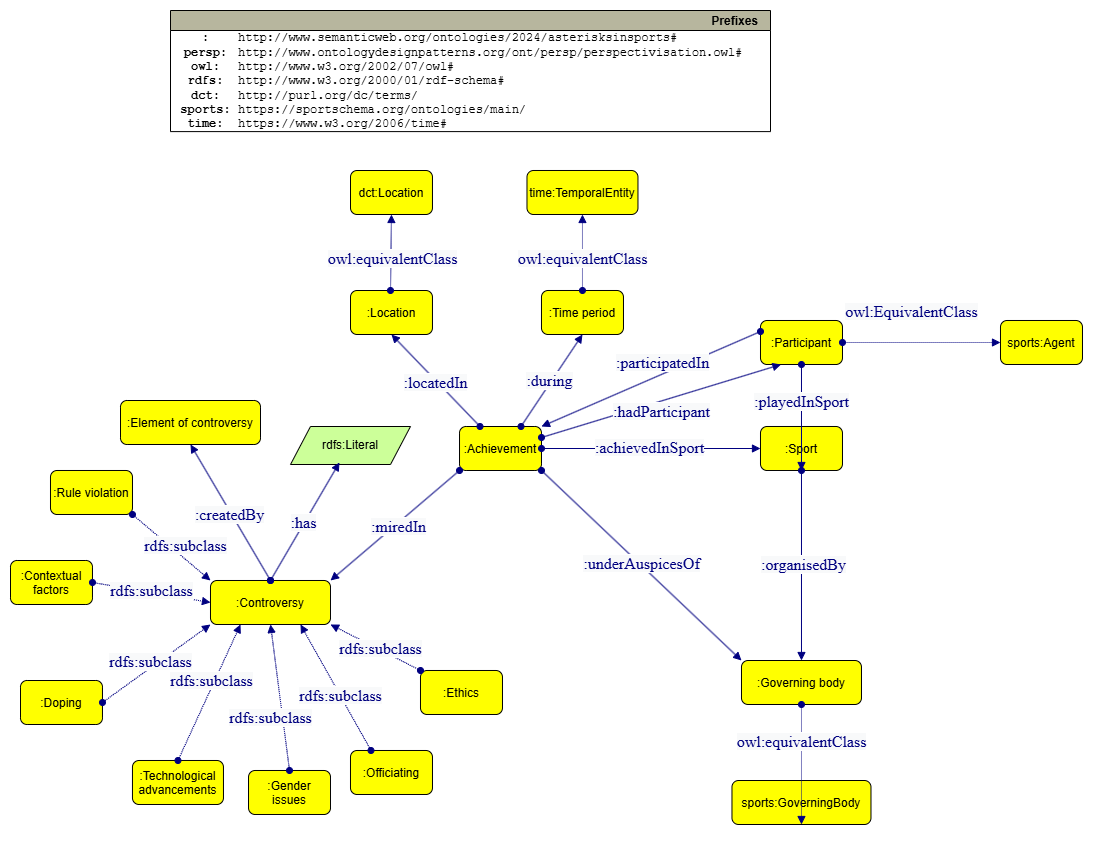
The draw.io diagram img/ontologydiagram1.drawio.png in krzywonos/asterisks-in-sports, before a commit. Source tidied: cells renumbered, new cells last; positions are measured from the earlier drawing's top-left corner, leaving out a move shared by most shapes.
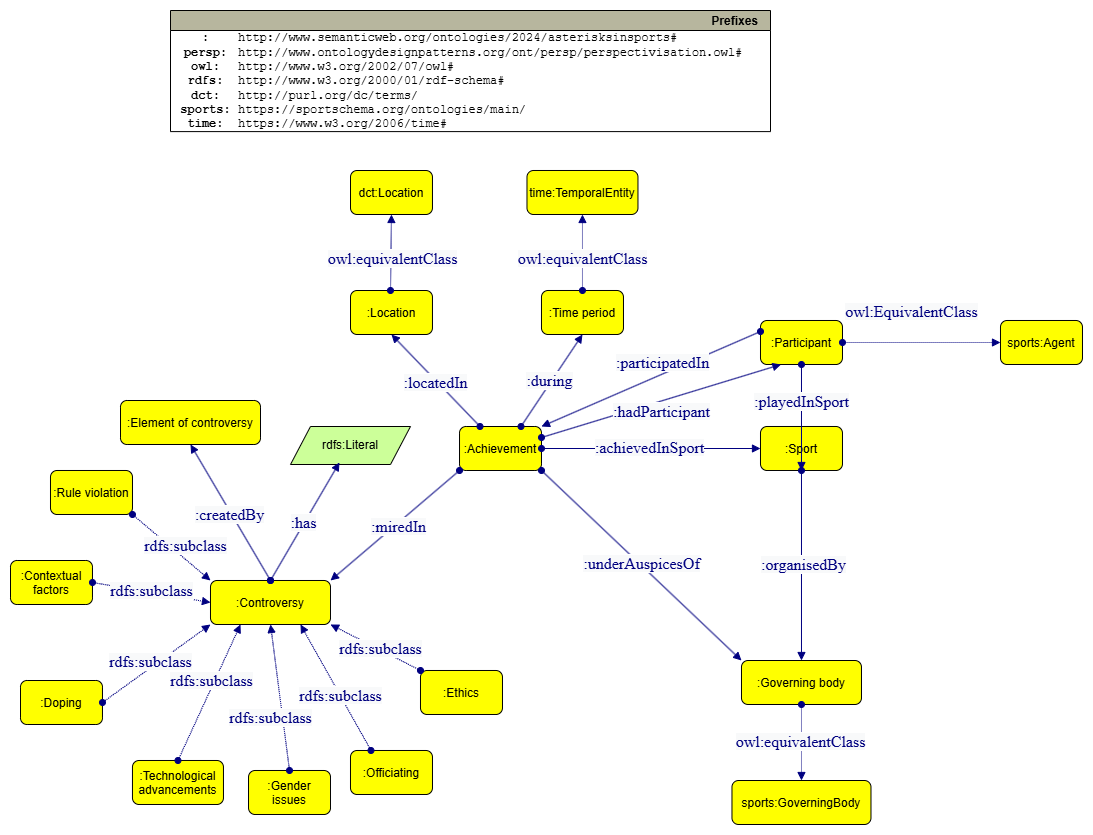
The same diagram one commit later.

Commit message:
updated index.html with Rubens remarks + minor updates to diagrams

Diff of the diagram source:
```diff
@@ -90,12 +90,12 @@
     <mxCell id="29" value="&lt;span style=&quot;color: rgb(0 , 0 , 128) ; font-family: &amp;#34;dialog&amp;#34; ; font-size: 16px ; background-color: rgb(248 , 249 , 250)&quot;&gt;:achievedInSport&lt;/span&gt;" style="text;html=1;align=center;verticalAlign=middle;labelBackgroundColor=#ffffff;" parent="28" vertex="1">
       <mxGeometry x="-0.02" y="2" relative="1" as="geometry" />
     </mxCell>
-    <mxCell id="30" style="graphMlID=e5;rounded=0;endArrow=block;strokeColor=#000080;dashed=1;dashPattern=1 1;strokeWidth=1.0;startArrow=oval;startFill=1;endFill=1;entryX=0.5;entryY=1;entryDx=0;entryDy=0;" parent="1" edge="1" source="11" target="16">
+    <mxCell id="30" style="graphMlID=e5;rounded=0;endArrow=block;strokeColor=#000080;dashed=1;dashPattern=1 1;strokeWidth=1.0;startArrow=oval;startFill=1;endFill=1;entryX=0.5;entryY=0;entryDx=0;entryDy=0;" parent="1" edge="1" source="11" target="16">
       <mxGeometry relative="1" as="geometry" />
     </mxCell>
     <mxCell id="31" value="&lt;span style=&quot;color: rgb(0 , 0 , 128) ; font-family: &amp;#34;dialog&amp;#34; ; font-size: 16px ; background-color: rgb(248 , 249 , 250)&quot;&gt;owl:equivalentClass&lt;/span&gt;" style="text;html=1;align=center;verticalAlign=middle;labelBackgroundColor=#ffffff;" parent="30" vertex="1">
       <mxGeometry x="-0.14" y="-3" relative="1" as="geometry">
-        <mxPoint x="3" y="-16" as="offset" />
+        <mxPoint x="2" y="3" as="offset" />
       </mxGeometry>
     </mxCell>
     <mxCell id="32" style="graphMlID=e0;rounded=0;endArrow=block;strokeColor=#000080;strokeWidth=1.0;startArrow=oval;startFill=1;endFill=1;entryX=0.5;entryY=0;entryDx=0;entryDy=0;exitX=0.5;exitY=1;exitDx=0;exitDy=0;" parent="1" edge="1" source="10" target="11">
```
